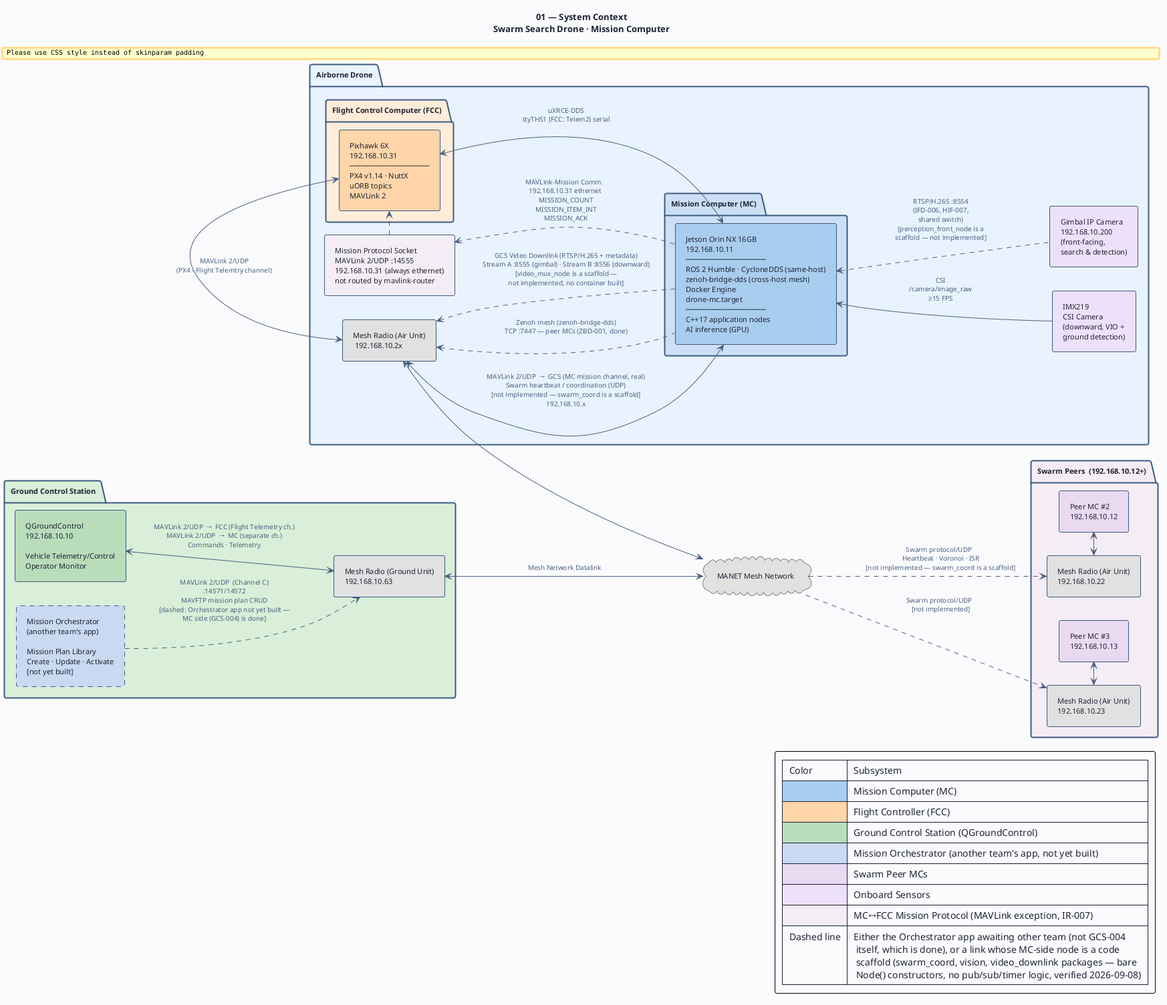
This is docs/diagrams/01-system-context.png from shawnsoh-stengg/shawnsoh-stengg-drone-swarm-mc-tempFork, a PlantUML export, as it was before one commit.
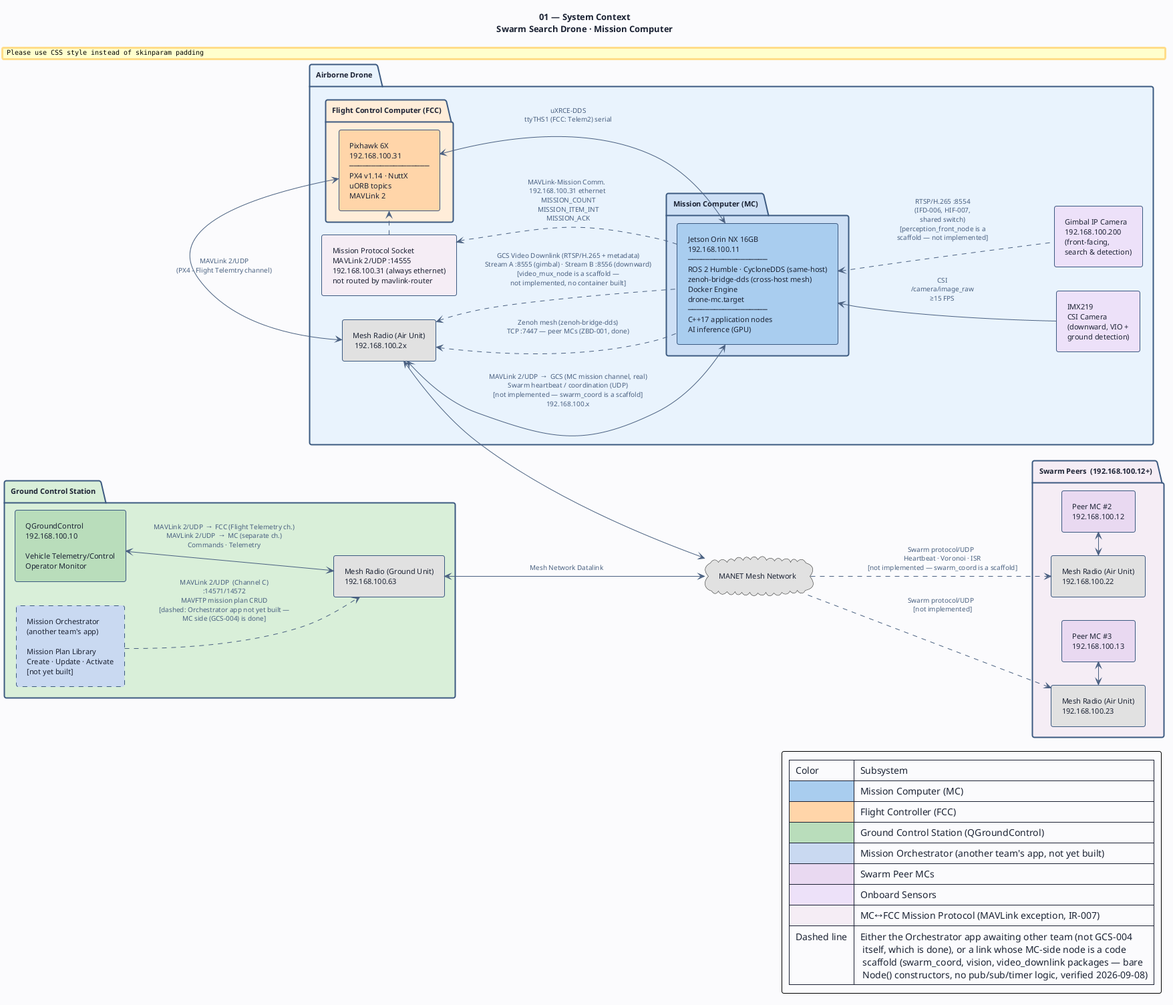
The same file after the commit.

Change to the diagram source:
```diff
@@ -35,50 +35,50 @@
 cloud "MANET Mesh Network" as MANET_NW #E0E0E0
 
 package "Ground Control Station" as GCS_PKG #D8EED8 {
-  rectangle "QGroundControl\n192.168.10.10\n\nVehicle Telemetry/Control\nOperator Monitor" as GCS #B8DCBA
+  rectangle "QGroundControl\n192.168.100.10\n\nVehicle Telemetry/Control\nOperator Monitor" as GCS #B8DCBA
 
   rectangle "Mission Orchestrator\n(another team's app)\n\nMission Plan Library\nCreate · Update · Activate\n[not yet built]" as ORCH #C8D8F0;line.dashed
 
-  rectangle "Mesh Radio (Ground Unit)\n192.168.10.63" as GU #E0E0E0
+  rectangle "Mesh Radio (Ground Unit)\n192.168.100.63" as GU #E0E0E0
 }
 
-package "Swarm Peers  (192.168.10.12+)" as PEERS_PKG #F5ECF5 {
-  rectangle "Peer MC #2\n192.168.10.12" as P2 #E8D8F0
-  rectangle "Peer MC #3\n192.168.10.13" as P3 #E8D8F0
+package "Swarm Peers  (192.168.100.12+)" as PEERS_PKG #F5ECF5 {
+  rectangle "Peer MC #2\n192.168.100.12" as P2 #E8D8F0
+  rectangle "Peer MC #3\n192.168.100.13" as P3 #E8D8F0
 
-  rectangle "Mesh Radio (Air Unit)\n192.168.10.22" as AU2 #E0E0E0
-  rectangle "Mesh Radio (Air Unit)\n192.168.10.23" as AU3 #E0E0E0
+  rectangle "Mesh Radio (Air Unit)\n192.168.100.22" as AU2 #E0E0E0
+  rectangle "Mesh Radio (Air Unit)\n192.168.100.23" as AU3 #E0E0E0
 }
 
 package "Airborne Drone" as DRONE_PKG #E8F2FC {
 
   package "Mission Computer (MC)" as MC_PKG #CCDFF5 {
-    rectangle "Jetson Orin NX 16GB\n192.168.10.11\n──────────────────\nROS 2 Humble · CycloneDDS (same-host)\nzenoh-bridge-dds (cross-host mesh)\nDocker Engine\ndrone-mc.target\n──────────────────\nC++17 application nodes\nAI inference (GPU)" as MC #A8CCEE
+    rectangle "Jetson Orin NX 16GB\n192.168.100.11\n──────────────────\nROS 2 Humble · CycloneDDS (same-host)\nzenoh-bridge-dds (cross-host mesh)\nDocker Engine\ndrone-mc.target\n──────────────────\nC++17 application nodes\nAI inference (GPU)" as MC #A8CCEE
   }
 
   package "Flight Control Computer (FCC)" as FCC_PKG #FFECD8 {
-    rectangle "Pixhawk 6X\n192.168.10.31\n──────────────────\nPX4 v1.14 · NuttX\nuORB topics\nMAVLink 2" as FCC #FFD4A8
+    rectangle "Pixhawk 6X\n192.168.100.31\n──────────────────\nPX4 v1.14 · NuttX\nuORB topics\nMAVLink 2" as FCC #FFD4A8
   }
 
   rectangle "IMX219\nCSI Camera\n(downward, VIO +\nground detection)" as CAM #EDE0F8
 
-  rectangle "Gimbal IP Camera\n192.168.10.200\n(front-facing,\nsearch & detection)" as GIMCAM #EDE0F8
+  rectangle "Gimbal IP Camera\n192.168.100.200\n(front-facing,\nsearch & detection)" as GIMCAM #EDE0F8
 
-  rectangle "Mission Protocol Socket\nMAVLink 2/UDP :14555\n192.168.10.31 (always ethernet)\nnot routed by mavlink-router" as MISSPROTO #F5ECF5
+  rectangle "Mission Protocol Socket\nMAVLink 2/UDP :14555\n192.168.100.31 (always ethernet)\nnot routed by mavlink-router" as MISSPROTO #F5ECF5
 
-  rectangle "Mesh Radio (Air Unit)\n 192.168.10.2x" as AU1 #E0E0E0
+  rectangle "Mesh Radio (Air Unit)\n 192.168.100.2x" as AU1 #E0E0E0
 }
 
 
 MC <-left-> FCC : "  uXRCE-DDS\n  ttyTHS1 (FCC: Telem2) serial\n"
 
-MC .left.> MISSPROTO : "MAVLink-Mission Comm.\n 192.168.10.31 ethernet\n  MISSION_COUNT\n  MISSION_ITEM_INT\n  MISSION_ACK"
+MC .left.> MISSPROTO : "MAVLink-Mission Comm.\n 192.168.100.31 ethernet\n  MISSION_COUNT\n  MISSION_ITEM_INT\n  MISSION_ACK"
 MISSPROTO .right.> FCC
 
 CAM -up-> MC : "  CSI\n  /camera/image_raw\n  ≥15 FPS"
 GIMCAM .up.> MC : "  RTSP/H.265 :8554\n  (IFD-006, HIF-007,\n  shared switch)\n  [perception_front_node is a\n  scaffold — not implemented]"
 
-MC <-up-> AU1 : "  MAVLink 2/UDP  →  GCS (MC mission channel, real)\n  Swarm heartbeat / coordination (UDP)\n  [not implemented — swarm_coord is a scaffold]\n  192.168.10.x"
+MC <-up-> AU1 : "  MAVLink 2/UDP  →  GCS (MC mission channel, real)\n  Swarm heartbeat / coordination (UDP)\n  [not implemented — swarm_coord is a scaffold]\n  192.168.100.x"
 MC .up.> AU1 : "  Zenoh mesh (zenoh-bridge-dds)\n  TCP :7447 — peer MCs (ZBD-001, done)"
 MC .up.> AU1 : "  GCS Video Downlink (RTSP/H.265 + metadata)\n  Stream A :8555 (gimbal) · Stream B :8556 (downward)\n  [video_mux_node is a scaffold —\n  not implemented, no container built]"
 
```
